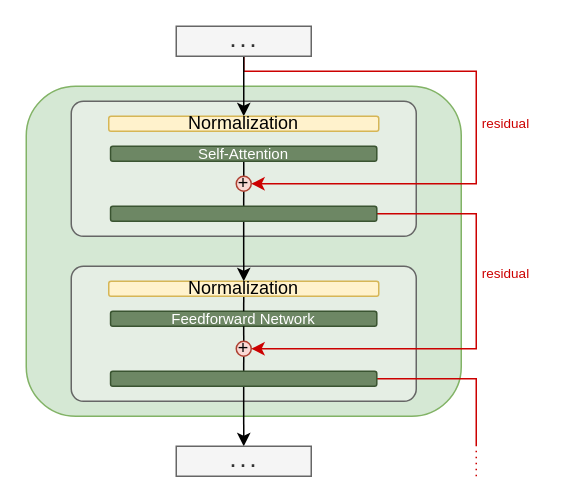
This is book/images/transformer/transformer-with-residuals.drawio from yshavit/llm-notes, a draw.io file, before an edit. Source tidied: cells renumbered, new cells numbered last; positions are measured from the earlier drawing's top-left corner, leaving out a move shared by most shapes. Both pictures are drawn from the tidied source at 150%, with x=0, y=0 at pixel (26, 26).
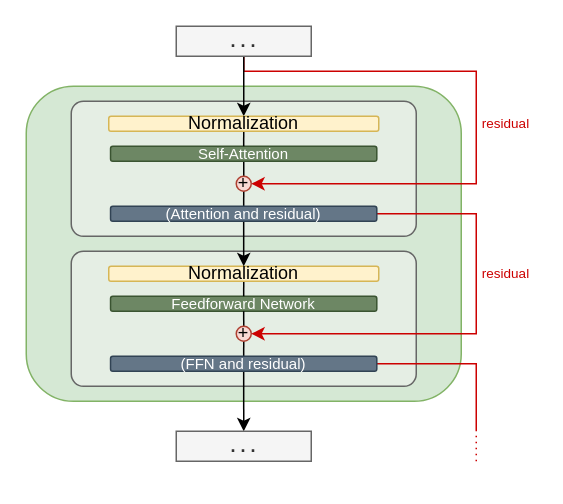
The same diagram, later.

Commit message:
transformer: adjust residuals diagram

The change refers to these unchanged cells:
```xml
<mxCell id="7" value="&lt;span&gt;Self-Attention&lt;/span&gt;" style="rounded=1;whiteSpace=wrap;html=1;fillColor=#6d8764;fontColor=#ffffff;strokeColor=#3A5431;fontSize=10;fontStyle=0;" parent="1" vertex="1">
  <mxGeometry x="56.2" y="80" width="177.5" height="10" as="geometry" />
</mxCell>
<mxCell id="12" value="Normalization" style="rounded=1;whiteSpace=wrap;html=1;fillColor=#fff2cc;strokeColor=#d6b656;" parent="1" vertex="1">
  <mxGeometry x="55" y="60" width="180" height="10" as="geometry" />
</mxCell>
```

Diff of the diagram source:
```diff
@@
     <mxCell id="2" style="rounded=1;whiteSpace=wrap;html=1;verticalAlign=top;fontSize=14;strokeWidth=1;fillColor=#d5e8d4;fontStyle=0;strokeColor=#82b366;horizontal=0;" parent="1" vertex="1">
-      <mxGeometry y="40" width="290" height="220" as="geometry" />
+      <mxGeometry y="40" width="290" height="210" as="geometry" />
     </mxCell>
     <mxCell id="3" style="rounded=1;whiteSpace=wrap;html=1;fillColor=#F5F5F580;fontColor=#333333;strokeColor=#666666;arcSize=9;" parent="1" vertex="1">
-      <mxGeometry x="30" y="160" width="230" height="90" as="geometry" />
+      <mxGeometry x="30" y="150" width="230" height="90" as="geometry" />
     </mxCell>
@@
     <mxCell id="8" value="&lt;span&gt;Feedforward Network&lt;/span&gt;" style="rounded=1;whiteSpace=wrap;html=1;fillColor=#6d8764;fontColor=#ffffff;strokeColor=#3A5431;fontSize=10;fontStyle=0;" parent="1" vertex="1">
-      <mxGeometry x="56.2" y="190" width="177.5" height="10" as="geometry" />
+      <mxGeometry x="56.2" y="180" width="177.5" height="10" as="geometry" />
     </mxCell>
@@
+    <mxCell id="29" style="edgeStyle=orthogonalEdgeStyle;rounded=0;jettySize=auto;html=1;exitX=0.5;exitY=1;exitDx=0;exitDy=0;entryX=0.5;entryY=0;entryDx=0;entryDy=0;endArrow=none;endFill=0;" parent="1" edge="1" source="12" target="7">
+      <mxGeometry relative="1" as="geometry" />
+    </mxCell>
@@
     <mxCell id="14" value="Normalization" style="rounded=1;whiteSpace=wrap;html=1;fillColor=#fff2cc;strokeColor=#d6b656;" parent="1" vertex="1">
-      <mxGeometry x="55" y="170" width="180" height="10" as="geometry" />
+      <mxGeometry x="55" y="160" width="180" height="10" as="geometry" />
     </mxCell>
@@
     <mxCell id="18" value="+" style="ellipse;whiteSpace=wrap;html=1;fillColor=#fad9d5;strokeColor=#ae4132;" parent="1" vertex="1">
-      <mxGeometry x="140" y="210" width="10" height="10" as="geometry" />
+      <mxGeometry x="140" y="200" width="10" height="10" as="geometry" />
     </mxCell>
@@
     <mxCell id="20" style="edgeStyle=orthogonalEdgeStyle;rounded=0;jettySize=auto;html=1;exitX=1;exitY=0.5;exitDx=0;exitDy=0;entryX=1;entryY=0.5;entryDx=0;entryDy=0;strokeColor=#CC0000;strokeWidth=1;" parent="1" edge="1" source="21" target="18">
       <mxGeometry relative="1" as="geometry">
         <Array as="points">
           <mxPoint x="300" y="125" />
-          <mxPoint x="300" y="215" />
+          <mxPoint x="300" y="205" />
         </Array>
       </mxGeometry>
     </mxCell>
-    <mxCell id="21" style="rounded=1;whiteSpace=wrap;html=1;fillColor=#6d8764;fontColor=#ffffff;strokeColor=#3A5431;fontSize=10;fontStyle=0;" parent="1" vertex="1">
+    <mxCell id="21" value="(Attention and residual)" style="rounded=1;whiteSpace=wrap;html=1;fillColor=#647687;strokeColor=#314354;fontSize=10;fontStyle=0;fontColor=#ffffff;" parent="1" vertex="1">
       <mxGeometry x="56.2" y="120" width="177.5" height="10" as="geometry" />
     </mxCell>
@@
     <mxCell id="23" style="edgeStyle=orthogonalEdgeStyle;rounded=0;jettySize=auto;html=1;exitX=1;exitY=0.5;exitDx=0;exitDy=0;strokeColor=#CC0000;endArrow=none;endFill=0;" parent="1" edge="1" source="24">
       <mxGeometry relative="1" as="geometry">
-        <mxPoint x="300" y="280" as="targetPoint" />
+        <mxPoint x="300" y="270" as="targetPoint" />
         <Array as="points">
-          <mxPoint x="300" y="235" />
+          <mxPoint x="300" y="225" />
         </Array>
       </mxGeometry>
     </mxCell>
-    <mxCell id="24" style="rounded=1;whiteSpace=wrap;html=1;fillColor=#6d8764;fontColor=#ffffff;strokeColor=#3A5431;fontSize=10;fontStyle=0;" parent="1" vertex="1">
-      <mxGeometry x="56.2" y="230" width="177.5" height="10" as="geometry" />
+    <mxCell id="24" value="(FFN and residual)" style="rounded=1;whiteSpace=wrap;html=1;fillColor=#647687;strokeColor=#314354;fontSize=10;fontStyle=0;fontColor=#ffffff;" parent="1" vertex="1">
+      <mxGeometry x="56.2" y="220" width="177.5" height="10" as="geometry" />
     </mxCell>
     <mxCell id="25" value="&lt;b&gt;. . .&lt;/b&gt;" style="rounded=0;whiteSpace=wrap;html=1;fillColor=#f5f5f5;fontColor=#333333;strokeColor=#666666;" parent="1" vertex="1">
-      <mxGeometry x="100" y="280" width="90" height="20" as="geometry" />
+      <mxGeometry x="100" y="270" width="90" height="20" as="geometry" />
     </mxCell>
     <mxCell id="26" style="endArrow=none;dashed=1;html=1;dashPattern=1 3;strokeWidth=1;rounded=0;strokeColor=#CC0000;" parent="1" edge="1">
       <mxGeometry relative="1" as="geometry">
-        <mxPoint x="300" y="300" as="sourcePoint" />
-        <mxPoint x="300" y="280" as="targetPoint" />
+        <mxPoint x="300" y="290" as="sourcePoint" />
+        <mxPoint x="300" y="270" as="targetPoint" />
       </mxGeometry>
     </mxCell>
```
